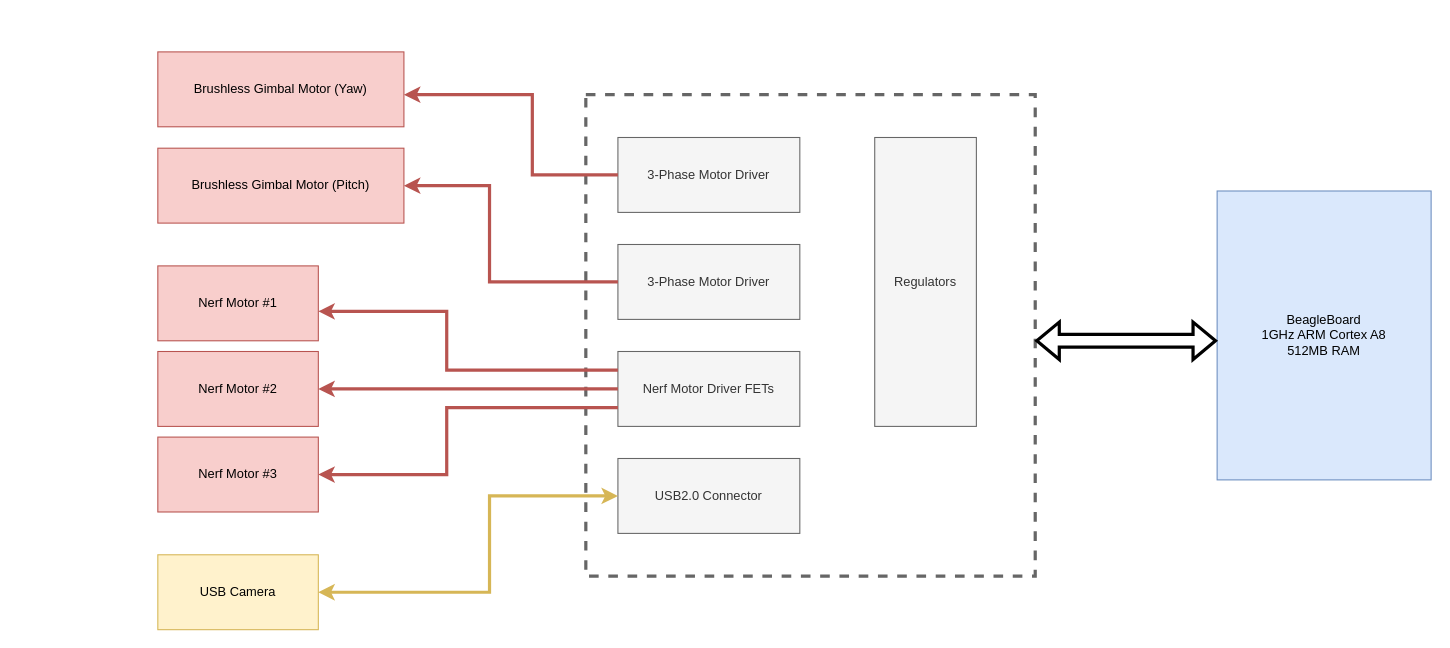
This is Daxon HW System Arch.drawio from charlesh97/Daxon, a draw.io file, before an edit. Source tidied: cells renumbered, new cells numbered last; positions are measured from the earlier drawing's top-left corner, leaving out a move shared by most shapes. Both pictures are drawn from the tidied source at 107%, with x=0, y=0 at pixel (157, 51).
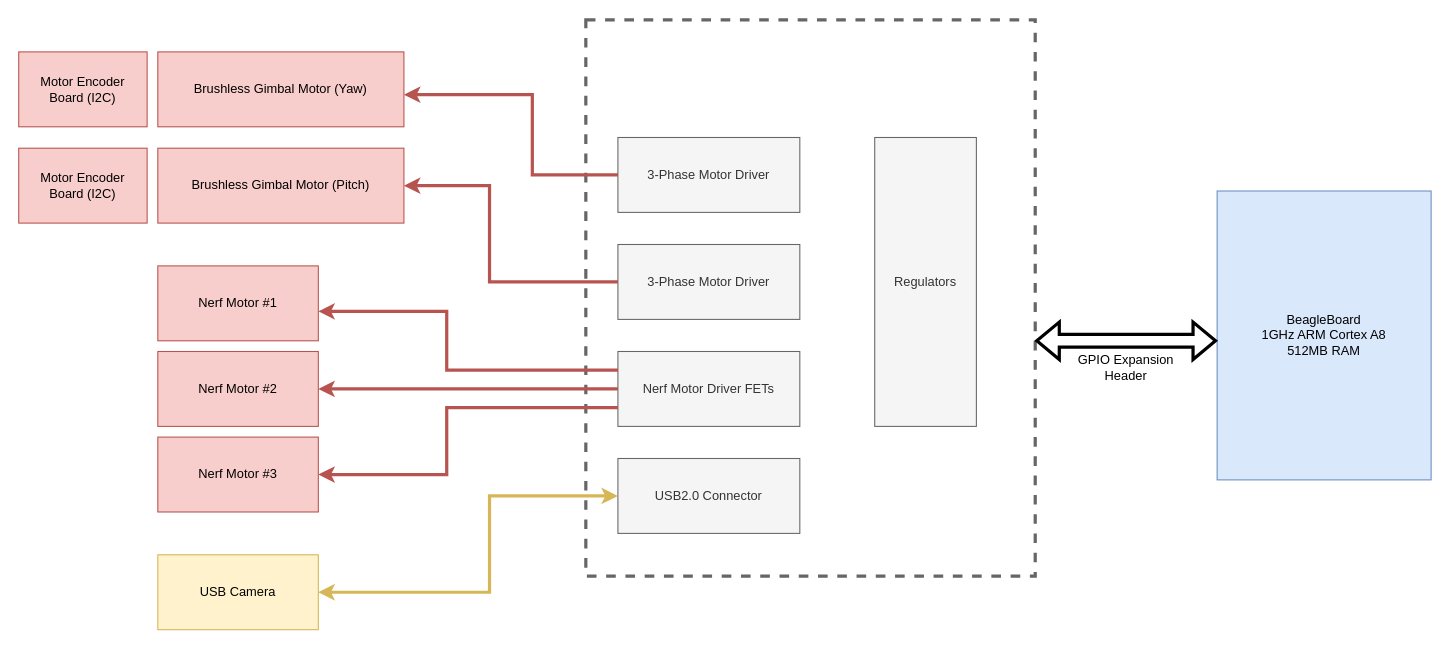
The same diagram, later.

What changed in the source:
```diff
@@
     <mxCell id="2" style="rounded=0;whiteSpace=wrap;html=1;fillColor=none;strokeColor=#666666;fontColor=#333333;shadow=0;dashed=1;strokeWidth=3;" parent="1" vertex="1">
-      <mxGeometry x="400" y="40" width="420" height="450" as="geometry" />
+      <mxGeometry x="400" y="-30" width="420" height="520" as="geometry" />
     </mxCell>
@@
+    <mxCell id="22" value="Motor Encoder&lt;br&gt;Board (I2C)" style="rounded=0;whiteSpace=wrap;html=1;fillColor=#f8cecc;strokeColor=#b85450;shadow=0;" parent="1" vertex="1">
+      <mxGeometry x="-130" width="120" height="70" as="geometry" />
+    </mxCell>
+    <mxCell id="23" value="Motor Encoder&lt;br&gt;Board (I2C)" style="rounded=0;whiteSpace=wrap;html=1;fillColor=#f8cecc;strokeColor=#b85450;shadow=0;" parent="1" vertex="1">
+      <mxGeometry x="-130" y="90" width="120" height="70" as="geometry" />
+    </mxCell>
+    <mxCell id="24" value="GPIO Expansion Header" style="text;html=1;strokeColor=none;fillColor=none;align=center;verticalAlign=middle;whiteSpace=wrap;rounded=0;" parent="1" vertex="1">
+      <mxGeometry x="850" y="280" width="110" height="30" as="geometry" />
+    </mxCell>
```
